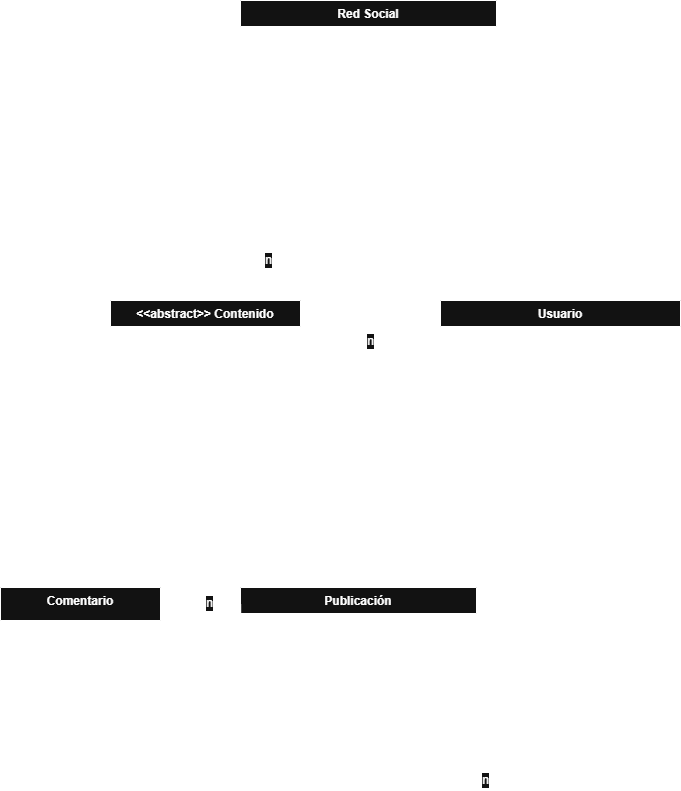
The draw.io diagram diag/png/dc.drawio.black.png in Kore29/Program-Whale, before a commit. Source tidied: cells renumbered, new cells last; positions are measured from the earlier drawing's top-left corner, leaving out a move shared by most shapes.
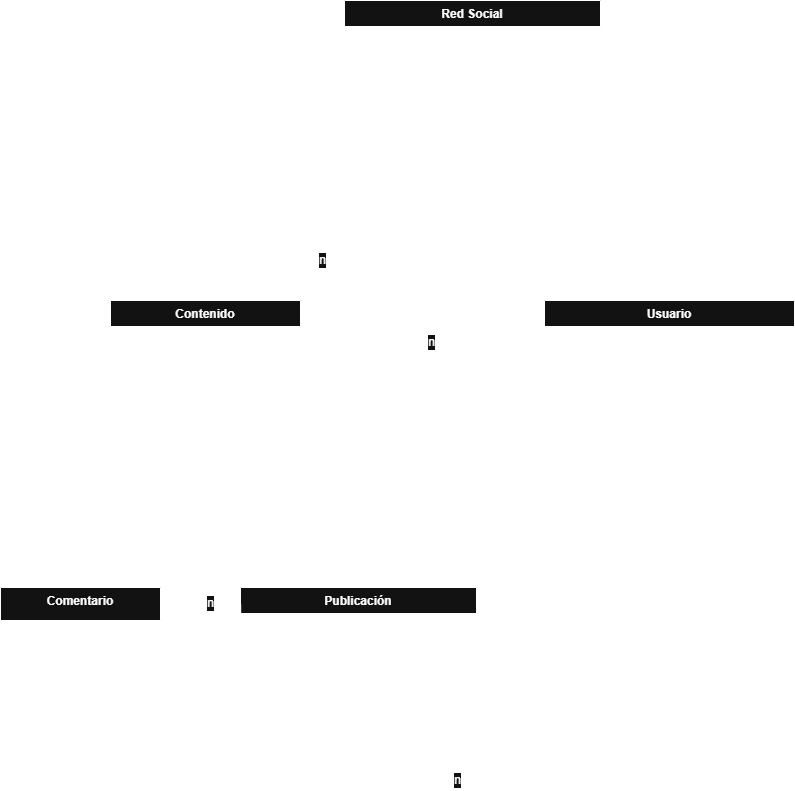
The same file after the commit.

Diff of the diagram source:
```diff
@@ -2,7 +2,7 @@
   <root>
     <mxCell id="0" />
     <mxCell id="1" parent="0" />
-    <mxCell id="2" value="&lt;div&gt;&amp;lt;&amp;lt;abstract&amp;gt;&amp;gt; Contenido&lt;/div&gt;&lt;div&gt;&lt;br&gt;&lt;/div&gt;" style="swimlane;fontStyle=1;align=center;verticalAlign=top;horizontal=1;startSize=26;whiteSpace=wrap;html=1;" parent="1" vertex="1">
+    <mxCell id="2" value="&lt;div&gt;Contenido&lt;/div&gt;" style="swimlane;fontStyle=1;align=center;verticalAlign=top;horizontal=1;startSize=26;whiteSpace=wrap;html=1;" parent="1" vertex="1">
       <mxGeometry x="110" y="300" width="190" height="180" as="geometry" />
     </mxCell>
     <mxCell id="3" value="&lt;div&gt;# Id: Integer&lt;/div&gt;&lt;div&gt;# Texto: String&lt;/div&gt;&lt;div&gt;# Fecha: String&lt;/div&gt;&lt;div&gt;# Hashtag: String&lt;/div&gt;" style="text;strokeColor=none;fillColor=none;align=left;verticalAlign=top;spacingLeft=4;spacingRight=4;overflow=hidden;whiteSpace=wrap;html=1;" parent="2" vertex="1">
@@ -15,34 +15,28 @@
       <mxGeometry y="110" width="190" height="70" as="geometry" />
     </mxCell>
     <mxCell id="6" value="Red Social" style="swimlane;fontStyle=1;align=center;verticalAlign=top;horizontal=1;startSize=26;whiteSpace=wrap;html=1;" parent="1" vertex="1">
-      <mxGeometry x="240" width="256" height="226" as="geometry" />
+      <mxGeometry x="344" width="256" height="190" as="geometry" />
     </mxCell>
-    <mxCell id="7" value="&lt;div&gt;- String usuario: Usuario&lt;/div&gt;&lt;div&gt;- String[] contenido: Contenido&lt;/div&gt;" style="text;align=left;verticalAlign=top;spacingLeft=4;spacingRight=4;overflow=hidden;whiteSpace=wrap;html=1;" parent="6" vertex="1">
-      <mxGeometry y="26" width="256" height="44" as="geometry" />
+    <mxCell id="7" value="&lt;div&gt;- String[] usuario: Usuario&lt;/div&gt;&lt;div&gt;- String[] contenido: Contenido&lt;/div&gt;&lt;div&gt;- String[] publicaicon: Publicacion&lt;/div&gt;" style="text;align=left;verticalAlign=top;spacingLeft=4;spacingRight=4;overflow=hidden;whiteSpace=wrap;html=1;" parent="6" vertex="1">
+      <mxGeometry y="26" width="256" height="54" as="geometry" />
     </mxCell>
     <mxCell id="8" style="line;strokeWidth=1;fillColor=none;align=left;verticalAlign=middle;spacingTop=-1;spacingLeft=3;spacingRight=3;labelPosition=right;strokeColor=inherit;" parent="6" vertex="1">
-      <mxGeometry y="70" width="256" height="10" as="geometry" />
+      <mxGeometry y="80" width="256" height="20" as="geometry" />
     </mxCell>
-    <mxCell id="9" value="&lt;div&gt;+ seleccionarUsuario()&lt;/div&gt;&lt;div&gt;+ crearUsuario()&lt;/div&gt;" style="text;align=left;verticalAlign=top;spacingLeft=4;spacingRight=4;overflow=hidden;points=[[0,0.5],[1,0.5]];portConstraint=eastwest;whiteSpace=wrap;html=1;" parent="6" vertex="1">
-      <mxGeometry y="80" width="256" height="40" as="geometry" />
+    <mxCell id="9" value="&lt;div&gt;+ addUsuario()&amp;nbsp;&lt;span style=&quot;background-color: transparent; color: light-dark(rgb(0, 0, 0), rgb(255, 255, 255));&quot;&gt;&amp;lt;&amp;lt;add&amp;gt;&amp;gt;&lt;/span&gt;&lt;/div&gt;&lt;div&gt;+ addRoot()&amp;nbsp;&lt;span style=&quot;background-color: transparent; color: light-dark(rgb(0, 0, 0), rgb(255, 255, 255));&quot;&gt;&amp;lt;&amp;lt;add&amp;gt;&amp;gt;&lt;/span&gt;&lt;/div&gt;&lt;div&gt;&amp;nbsp;+ addPublicacion(): &amp;lt;&amp;lt;add&amp;gt;&amp;gt;&lt;br style=&quot;padding: 0px; margin: 0px;&quot;&gt;&amp;nbsp;+ removePublicacion(): &amp;lt;&amp;lt;remove&amp;gt;&amp;gt;&lt;/div&gt;&lt;div&gt;+ getComentarios &amp;lt;&amp;lt;get&amp;gt;&amp;gt;&lt;/div&gt;" style="text;align=left;verticalAlign=top;spacingLeft=4;spacingRight=4;overflow=hidden;points=[[0,0.5],[1,0.5]];portConstraint=eastwest;whiteSpace=wrap;html=1;" parent="6" vertex="1">
+      <mxGeometry y="100" width="256" height="90" as="geometry" />
     </mxCell>
-    <mxCell id="10" value=" + mostrarContenido(): &lt;&lt;get&gt;&gt;&#10; + crearContenido(): &lt;&lt;add&gt;&gt;&#10; + borrarContenido(): &lt;&lt;remove&gt;&gt;" style="text;whiteSpace=wrap;fillColor=none;fontColor=default;" parent="6" vertex="1">
-      <mxGeometry y="120" width="256" height="56" as="geometry" />
-    </mxCell>
-    <mxCell id="11" value="&lt;div&gt;&lt;span style=&quot;background-color: transparent; color: light-dark(rgb(0, 0, 0), rgb(255, 255, 255));&quot;&gt;+ cambiarNombreUsuario(Nombre): &amp;lt;&amp;lt;set&amp;gt;&amp;gt;&lt;/span&gt;&lt;/div&gt;&lt;div&gt;+ buscarContenido(Hashtag): &amp;lt;&amp;lt;get&amp;gt;&amp;gt;&lt;/div&gt;" style="text;align=left;verticalAlign=top;spacingLeft=4;spacingRight=4;overflow=hidden;points=[[0,0.5],[1,0.5]];portConstraint=eastwest;whiteSpace=wrap;html=1;" parent="6" vertex="1">
-      <mxGeometry y="176" width="256" height="50" as="geometry" />
-    </mxCell>
     <mxCell id="12" value="Usuario" style="swimlane;fontStyle=1;align=center;verticalAlign=top;horizontal=1;startSize=26;whiteSpace=wrap;html=1;" parent="1" vertex="1">
-      <mxGeometry x="440" y="300" width="240" height="210" as="geometry" />
+      <mxGeometry x="544" y="300" width="250" height="400" as="geometry" />
     </mxCell>
-    <mxCell id="13" value="&lt;div&gt;- Nombre: String&lt;/div&gt;&lt;div&gt;- Contraseña: String&lt;/div&gt;&lt;div&gt;- Email: String&lt;/div&gt;&lt;div&gt;- Amigos: String&lt;/div&gt;&lt;div&gt;- Contenido: ArrayList&amp;lt;&lt;span style=&quot;background-color: transparent; color: light-dark(rgb(0, 0, 0), rgb(255, 255, 255));&quot;&gt;Contenido&lt;/span&gt;&lt;span style=&quot;background-color: transparent; color: light-dark(rgb(0, 0, 0), rgb(255, 255, 255));&quot;&gt;&amp;gt;&amp;nbsp;&lt;/span&gt;&lt;/div&gt;&lt;div&gt;&lt;br&gt;&lt;/div&gt;" style="text;strokeColor=none;fillColor=none;align=left;verticalAlign=top;spacingLeft=4;spacingRight=4;overflow=hidden;whiteSpace=wrap;html=1;" parent="12" vertex="1">
-      <mxGeometry y="26" width="240" height="84" as="geometry" />
+    <mxCell id="13" value="&lt;div&gt;- Nombre: String&lt;/div&gt;&lt;div&gt;- Contraseña: String&lt;/div&gt;&lt;div&gt;- Email: String&lt;/div&gt;&lt;div&gt;- Creacion: String&lt;/div&gt;&lt;div&gt;- Amigos: String&lt;/div&gt;&lt;div&gt;- Contenido: ArrayList&amp;lt;&lt;span style=&quot;background-color: transparent; color: light-dark(rgb(0, 0, 0), rgb(255, 255, 255));&quot;&gt;Contenido&lt;/span&gt;&lt;span style=&quot;background-color: transparent; color: light-dark(rgb(0, 0, 0), rgb(255, 255, 255));&quot;&gt;&amp;gt;&amp;nbsp;&lt;/span&gt;&lt;/div&gt;&lt;div&gt;&lt;br&gt;&lt;/div&gt;" style="text;strokeColor=none;fillColor=none;align=left;verticalAlign=top;spacingLeft=4;spacingRight=4;overflow=hidden;whiteSpace=wrap;html=1;" parent="12" vertex="1">
+      <mxGeometry y="26" width="250" height="94" as="geometry" />
     </mxCell>
     <mxCell id="14" style="line;strokeWidth=1;fillColor=none;align=left;verticalAlign=middle;spacingTop=-1;spacingLeft=3;spacingRight=3;labelPosition=right;strokeColor=inherit;" parent="12" vertex="1">
-      <mxGeometry y="110" width="240" height="10" as="geometry" />
+      <mxGeometry y="120" width="250" height="10" as="geometry" />
     </mxCell>
-    <mxCell id="15" value="&lt;div&gt;+ getNombre()&amp;nbsp;&lt;span style=&quot;background-color: transparent; color: light-dark(rgb(0, 0, 0), rgb(255, 255, 255));&quot;&gt;&amp;lt;&amp;lt;get&amp;gt;&amp;gt;&lt;/span&gt;&lt;/div&gt;&lt;div&gt;+ getContrasenya()&amp;nbsp;&lt;span style=&quot;background-color: transparent; color: light-dark(rgb(0, 0, 0), rgb(255, 255, 255));&quot;&gt;&amp;lt;&amp;lt;get&amp;gt;&amp;gt;&lt;/span&gt;&lt;/div&gt;&lt;div&gt;+ getEmail()&amp;nbsp;&lt;span style=&quot;background-color: transparent; color: light-dark(rgb(0, 0, 0), rgb(255, 255, 255));&quot;&gt;&amp;lt;&amp;lt;get&amp;gt;&amp;gt;&lt;/span&gt;&lt;/div&gt;&lt;div&gt;+ getAmigos()&amp;nbsp;&lt;span style=&quot;background-color: transparent; color: light-dark(rgb(0, 0, 0), rgb(255, 255, 255));&quot;&gt;&amp;lt;&amp;lt;get&amp;gt;&amp;gt;&lt;/span&gt;&lt;/div&gt;&lt;div&gt;+ getContenido()&amp;nbsp;&lt;span style=&quot;background-color: transparent; color: light-dark(rgb(0, 0, 0), rgb(255, 255, 255));&quot;&gt;&amp;lt;&amp;lt;get&amp;gt;&amp;gt;&lt;/span&gt;&lt;/div&gt;" style="text;strokeColor=none;fillColor=none;align=left;verticalAlign=top;spacingLeft=4;spacingRight=4;overflow=hidden;points=[[0,0.5],[1,0.5]];portConstraint=eastwest;whiteSpace=wrap;html=1;" parent="12" vertex="1">
-      <mxGeometry y="120" width="240" height="90" as="geometry" />
+    <mxCell id="15" value="&lt;div&gt;+ getUsuario&lt;/div&gt;&lt;div&gt;&lt;span style=&quot;white-space: pre;&quot;&gt;&#9;&lt;/span&gt;&lt;span style=&quot;background-color: transparent;&quot;&gt;getNombre()&amp;nbsp;&lt;/span&gt;&lt;span style=&quot;background-color: transparent; color: light-dark(rgb(0, 0, 0), rgb(255, 255, 255));&quot;&gt;&amp;lt;&amp;lt;get&amp;gt;&amp;gt;&lt;/span&gt;&lt;br&gt;&lt;/div&gt;&lt;div&gt;&lt;span style=&quot;background-color: transparent;&quot;&gt;&lt;span style=&quot;white-space: pre;&quot;&gt;&#9;&lt;/span&gt;&lt;/span&gt;&lt;span style=&quot;background-color: transparent;&quot;&gt;getContrasena()&amp;nbsp;&lt;/span&gt;&lt;span style=&quot;background-color: transparent; color: light-dark(rgb(0, 0, 0), rgb(255, 255, 255));&quot;&gt;&amp;lt;&amp;lt;get&amp;gt;&amp;gt;&lt;/span&gt;&lt;/div&gt;&lt;div&gt;&lt;span style=&quot;background-color: transparent; color: light-dark(rgb(0, 0, 0), rgb(255, 255, 255));&quot;&gt;&lt;span style=&quot;white-space: pre;&quot;&gt;&#9;&lt;/span&gt;getEmail()&amp;nbsp;&lt;/span&gt;&lt;span style=&quot;background-color: transparent; color: light-dark(rgb(0, 0, 0), rgb(255, 255, 255));&quot;&gt;&amp;lt;&amp;lt;get&amp;gt;&amp;gt;&lt;/span&gt;&lt;/div&gt;&lt;div&gt;&lt;span style=&quot;background-color: transparent; color: light-dark(rgb(0, 0, 0), rgb(255, 255, 255));&quot;&gt;&lt;span style=&quot;white-space: pre;&quot;&gt;&#9;&lt;/span&gt;getCreacion()&amp;nbsp;&lt;/span&gt;&lt;span style=&quot;background-color: transparent; color: light-dark(rgb(0, 0, 0), rgb(255, 255, 255));&quot;&gt;&amp;lt;&amp;lt;get&amp;gt;&amp;gt;&lt;/span&gt;&lt;/div&gt;&lt;div&gt;&lt;span style=&quot;background-color: transparent; color: light-dark(rgb(0, 0, 0), rgb(255, 255, 255));&quot;&gt;&lt;span style=&quot;white-space: pre;&quot;&gt;&#9;&lt;/span&gt;getAmigos()&amp;nbsp;&lt;/span&gt;&lt;span style=&quot;background-color: transparent; color: light-dark(rgb(0, 0, 0), rgb(255, 255, 255));&quot;&gt;&amp;lt;&amp;lt;get&amp;gt;&amp;gt;&lt;/span&gt;&lt;/div&gt;&lt;div&gt;&lt;span style=&quot;background-color: transparent; color: light-dark(rgb(0, 0, 0), rgb(255, 255, 255));&quot;&gt;&lt;span style=&quot;white-space: pre;&quot;&gt;&#9;&lt;/span&gt;getContenido()&amp;nbsp;&lt;/span&gt;&lt;span style=&quot;background-color: transparent; color: light-dark(rgb(0, 0, 0), rgb(255, 255, 255));&quot;&gt;&amp;lt;&amp;lt;get&amp;gt;&amp;gt;&lt;/span&gt;&lt;/div&gt;&lt;div&gt;+ setUsuario&lt;/div&gt;&lt;div&gt;&lt;div&gt;&lt;span style=&quot;background-color: transparent;&quot;&gt;&lt;span style=&quot;white-space: pre;&quot;&gt;&#9;&lt;/span&gt;setNombre()&amp;nbsp;&lt;/span&gt;&lt;span style=&quot;background-color: transparent; color: light-dark(rgb(0, 0, 0), rgb(255, 255, 255));&quot;&gt;&amp;lt;&amp;lt;set&amp;gt;&amp;gt;&lt;/span&gt;&lt;br&gt;&lt;/div&gt;&lt;div&gt;&lt;span style=&quot;background-color: transparent;&quot;&gt;&lt;span style=&quot;white-space: pre;&quot;&gt;&#9;&lt;/span&gt;s&lt;/span&gt;&lt;span style=&quot;background-color: transparent;&quot;&gt;etContrasena()&amp;nbsp;&lt;/span&gt;&lt;span style=&quot;background-color: transparent; color: light-dark(rgb(0, 0, 0), rgb(255, 255, 255));&quot;&gt;&amp;lt;&amp;lt;set&amp;gt;&amp;gt;&lt;/span&gt;&lt;/div&gt;&lt;div&gt;&lt;span style=&quot;background-color: transparent; color: light-dark(rgb(0, 0, 0), rgb(255, 255, 255));&quot;&gt;&lt;span style=&quot;white-space: pre;&quot;&gt;&#9;&lt;/span&gt;setEmail()&amp;nbsp;&lt;/span&gt;&lt;span style=&quot;background-color: transparent; color: light-dark(rgb(0, 0, 0), rgb(255, 255, 255));&quot;&gt;&amp;lt;&amp;lt;set&amp;gt;&amp;gt;&lt;/span&gt;&lt;/div&gt;&lt;div&gt;&lt;span style=&quot;background-color: transparent; color: light-dark(rgb(0, 0, 0), rgb(255, 255, 255));&quot;&gt;&lt;span style=&quot;white-space: pre;&quot;&gt;&#9;&lt;/span&gt;setCreacion()&amp;nbsp;&lt;/span&gt;&lt;span style=&quot;background-color: transparent; color: light-dark(rgb(0, 0, 0), rgb(255, 255, 255));&quot;&gt;&amp;lt;&amp;lt;set&amp;gt;&amp;gt;&lt;/span&gt;&lt;/div&gt;&lt;div&gt;&lt;span style=&quot;background-color: transparent; color: light-dark(rgb(0, 0, 0), rgb(255, 255, 255));&quot;&gt;&lt;span style=&quot;white-space: pre;&quot;&gt;&#9;&lt;/span&gt;setAmigos()&amp;nbsp;&lt;/span&gt;&lt;span style=&quot;background-color: transparent; color: light-dark(rgb(0, 0, 0), rgb(255, 255, 255));&quot;&gt;&amp;lt;&amp;lt;set&amp;gt;&amp;gt;&lt;/span&gt;&lt;/div&gt;&lt;div&gt;&lt;span style=&quot;background-color: transparent; color: light-dark(rgb(0, 0, 0), rgb(255, 255, 255));&quot;&gt;&lt;span style=&quot;white-space: pre;&quot;&gt;&#9;&lt;/span&gt;setContenido()&amp;nbsp;&lt;/span&gt;&lt;span style=&quot;background-color: transparent; color: light-dark(rgb(0, 0, 0), rgb(255, 255, 255));&quot;&gt;&amp;lt;&amp;lt;set&amp;gt;&amp;gt;&lt;/span&gt;&lt;/div&gt;&lt;/div&gt;&lt;div&gt;+ modificarAmigos&amp;nbsp;&lt;/div&gt;&lt;div&gt;&lt;span style=&quot;white-space: pre;&quot;&gt;&#9;&lt;/span&gt;addAmigo()&amp;nbsp;&lt;span style=&quot;background-color: transparent; color: light-dark(rgb(0, 0, 0), rgb(255, 255, 255));&quot;&gt;&amp;lt;&amp;lt;add&amp;gt;&amp;gt;&lt;/span&gt;&lt;/div&gt;&lt;div&gt;&lt;span style=&quot;white-space: pre;&quot;&gt;&#9;&lt;/span&gt;removeAmigo()&amp;nbsp;&lt;span style=&quot;background-color: transparent; color: light-dark(rgb(0, 0, 0), rgb(255, 255, 255));&quot;&gt;&amp;lt;&amp;lt;remove&amp;gt;&amp;gt;&lt;/span&gt;&lt;/div&gt;&lt;div&gt;&lt;span style=&quot;white-space: pre;&quot;&gt;&#9;&lt;/span&gt;esAmigo() &amp;lt;&amp;lt;get&amp;gt;&amp;gt;&lt;/div&gt;" style="text;strokeColor=none;fillColor=none;align=left;verticalAlign=top;spacingLeft=4;spacingRight=4;overflow=hidden;points=[[0,0.5],[1,0.5]];portConstraint=eastwest;whiteSpace=wrap;html=1;" parent="12" vertex="1">
+      <mxGeometry y="130" width="250" height="270" as="geometry" />
     </mxCell>
     <mxCell id="16" style="endArrow=none;html=1;edgeStyle=orthogonalEdgeStyle;rounded=0;" parent="1" edge="1" target="25">
       <mxGeometry relative="1" as="geometry">
@@ -63,14 +57,14 @@
     </mxCell>
     <mxCell id="18" style="endArrow=block;endFill=1;html=1;edgeStyle=orthogonalEdgeStyle;align=left;verticalAlign=top;rounded=0;entryX=0.5;entryY=0;entryDx=0;entryDy=0;" parent="1" edge="1">
       <mxGeometry x="-1" y="-64" relative="1" as="geometry">
-        <mxPoint x="360" y="260" as="sourcePoint" />
-        <mxPoint x="560" y="300" as="targetPoint" />
+        <mxPoint x="464" y="260" as="sourcePoint" />
+        <mxPoint x="664" y="300" as="targetPoint" />
         <mxPoint x="-40" y="-14" as="offset" />
       </mxGeometry>
     </mxCell>
     <mxCell id="19" style="endArrow=block;endFill=1;html=1;edgeStyle=orthogonalEdgeStyle;align=left;verticalAlign=top;rounded=0;" parent="1" edge="1" target="2">
       <mxGeometry x="-1" y="80" relative="1" as="geometry">
-        <mxPoint x="360" y="260" as="sourcePoint" />
+        <mxPoint x="464" y="260" as="sourcePoint" />
         <mxPoint x="80" y="-80" as="offset" />
       </mxGeometry>
     </mxCell>
@@ -120,11 +114,11 @@
         <mxPoint x="206" y="480" as="targetPoint" />
       </mxGeometry>
     </mxCell>
-    <mxCell id="32" style="html=1;verticalAlign=bottom;endArrow=block;curved=0;rounded=0;fontSize=12;startSize=8;endSize=8;entryX=0.5;entryY=1;entryDx=0;entryDy=0;" parent="1" edge="1" target="25">
+    <mxCell id="32" style="html=1;verticalAlign=bottom;endArrow=block;curved=0;rounded=0;fontSize=12;startSize=8;endSize=8;entryX=0.5;entryY=1;entryDx=0;entryDy=0;exitX=0.487;exitY=0.996;exitDx=0;exitDy=0;exitPerimeter=0;" parent="1" edge="1" source="15" target="25">
       <mxGeometry relative="1" as="geometry">
-        <mxPoint x="562" y="510" as="sourcePoint" />
         <Array as="points">
-          <mxPoint x="560" y="780" />
+          <mxPoint x="666" y="780" />
+          <mxPoint x="462" y="780" />
           <mxPoint x="358" y="780" />
         </Array>
       </mxGeometry>
@@ -143,10 +137,10 @@
     </mxCell>
     <mxCell id="35" style="endArrow=block;endFill=1;html=1;edgeStyle=orthogonalEdgeStyle;align=left;verticalAlign=top;rounded=0;" parent="1" edge="1">
       <mxGeometry x="-1" relative="1" as="geometry">
-        <mxPoint x="440" y="340" as="sourcePoint" />
-        <mxPoint x="300" y="341.8" as="targetPoint" />
+        <mxPoint x="544" y="340" as="sourcePoint" />
+        <mxPoint x="300" y="342" as="targetPoint" />
         <Array as="points">
-          <mxPoint x="440" y="341.8" />
+          <mxPoint x="544" y="341.8" />
         </Array>
       </mxGeometry>
     </mxCell>
@@ -155,13 +149,10 @@
         <mxPoint x="-11" as="offset" />
       </mxGeometry>
     </mxCell>
-    <mxCell id="37" style="endArrow=none;html=1;edgeStyle=orthogonalEdgeStyle;rounded=0;fontSize=12;startSize=8;endSize=8;curved=0;strokeColor=default;exitX=0.508;exitY=0.999;exitDx=0;exitDy=0;exitPerimeter=0;" parent="1" edge="1" source="11">
-      <mxGeometry relative="1" as="geometry">
-        <mxPoint x="369" y="260" as="targetPoint" />
-        <Array as="points">
-          <mxPoint x="370" y="260" />
-        </Array>
-      </mxGeometry>
-    </mxCell>
+    <mxCell id="38" style="endArrow=none;html=1;rounded=0;entryX=0.492;entryY=1.003;entryDx=0;entryDy=0;entryPerimeter=0;" parent="1" edge="1" target="9">
+      <mxGeometry relative="1" as="geometry">
+        <mxPoint x="470" y="260" as="sourcePoint" />
+      </mxGeometry>
+    </mxCell>
   </root>
 </mxGraphModel>
```
